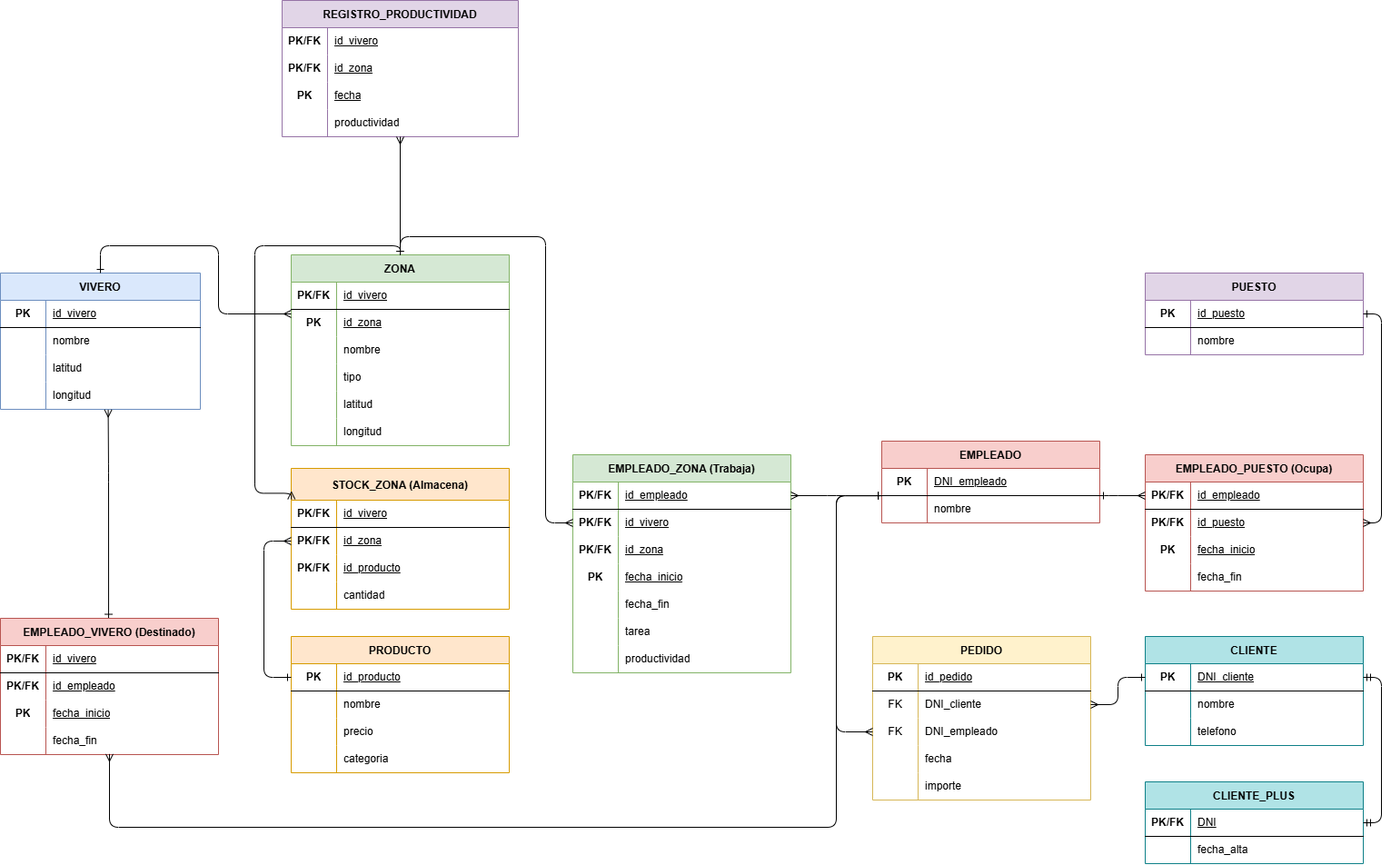
Before: Modelo relacional.png, a diagram exported from draw.io (alu0101539669/Modelo-relacional.-Viveros). Source tidied: cells renumbered, new cells last; positions are measured from the earlier drawing's top-left corner, leaving out a move shared by most shapes.
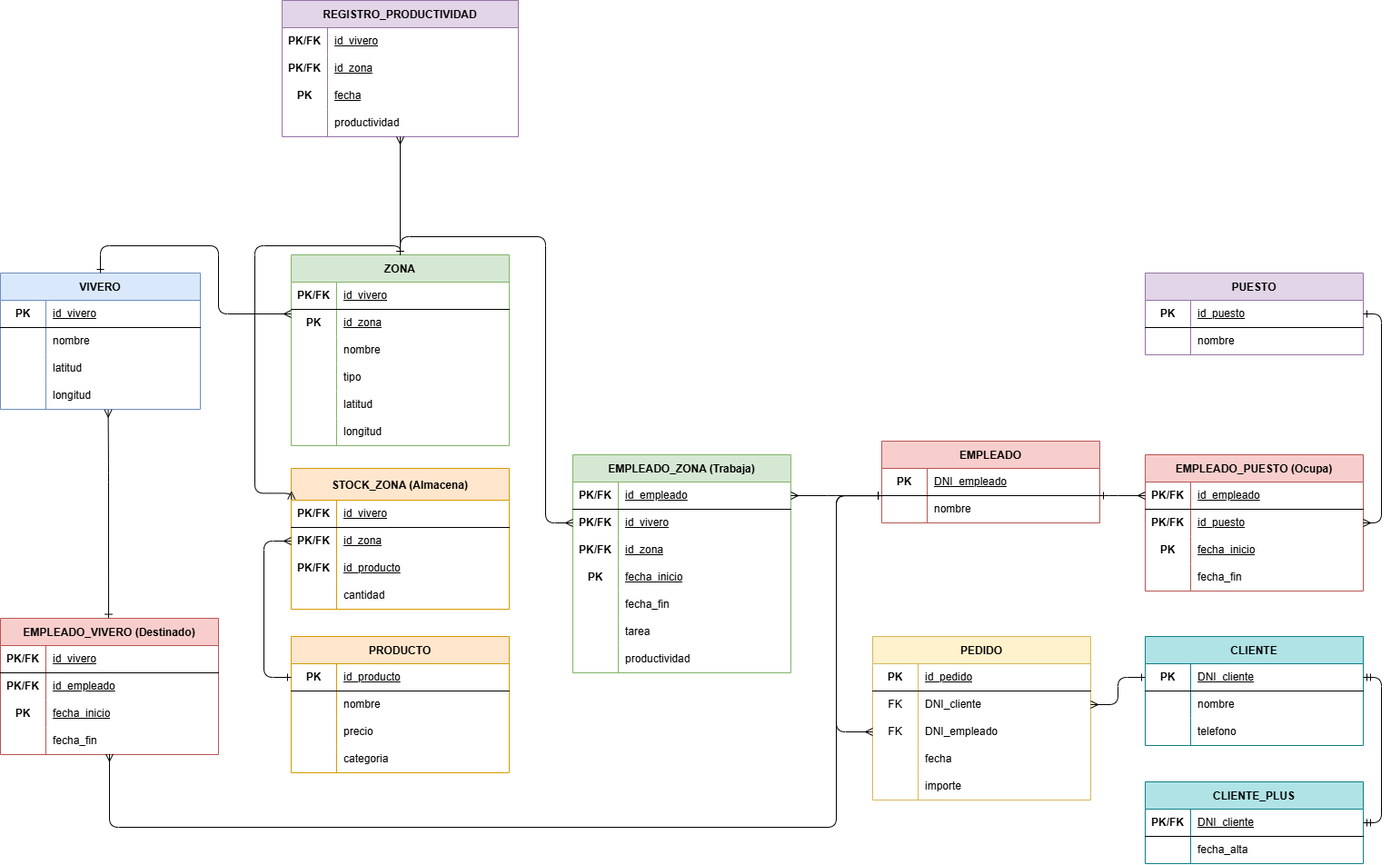
Later version of the same file.

Diff of the diagram source:
```diff
@@ -463,7 +463,7 @@
     <mxCell id="142" value="PK/FK" style="shape=partialRectangle;fillColor=none;top=0;left=0;bottom=0;right=0;fontStyle=1;overflow=hidden;whiteSpace=wrap;html=1;" parent="141" vertex="1">
       <mxGeometry width="50" height="30" as="geometry" />
     </mxCell>
-    <mxCell id="143" value="DNI" style="shape=partialRectangle;fillColor=none;top=0;left=0;bottom=0;right=0;align=left;spacingLeft=6;fontStyle=4;overflow=hidden;whiteSpace=wrap;html=1;" parent="141" vertex="1">
+    <mxCell id="143" value="DNI_cliente" style="shape=partialRectangle;fillColor=none;top=0;left=0;bottom=0;right=0;align=left;spacingLeft=6;fontStyle=4;overflow=hidden;whiteSpace=wrap;html=1;" parent="141" vertex="1">
       <mxGeometry x="50" width="190" height="30" as="geometry" />
     </mxCell>
     <mxCell id="144" style="shape=tableRow;horizontal=0;startSize=0;swimlaneHead=0;swimlaneBody=0;fillColor=none;top=0;left=0;right=0;bottom=0;" parent="140" vertex="1">
```
